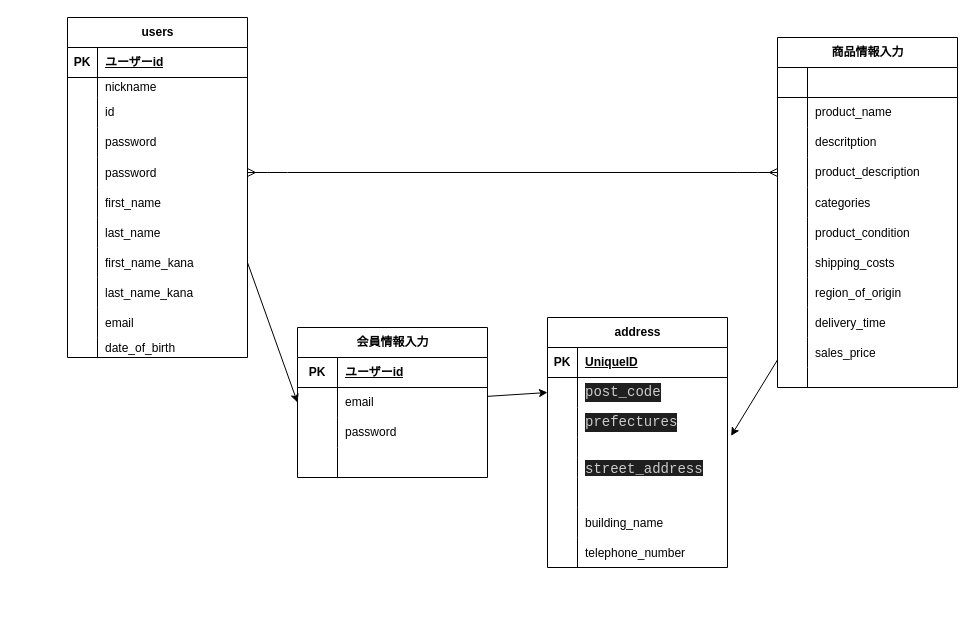
The draw.io diagram ERB.dio in kueitosu401/furima-41964, before the edit. Source tidied: cells renumbered, new cells numbered last; positions are measured from the earlier drawing's top-left corner, leaving out a move shared by most shapes. Both pictures are drawn from the tidied source at 100%, with x=0, y=0 at pixel (17, 17).
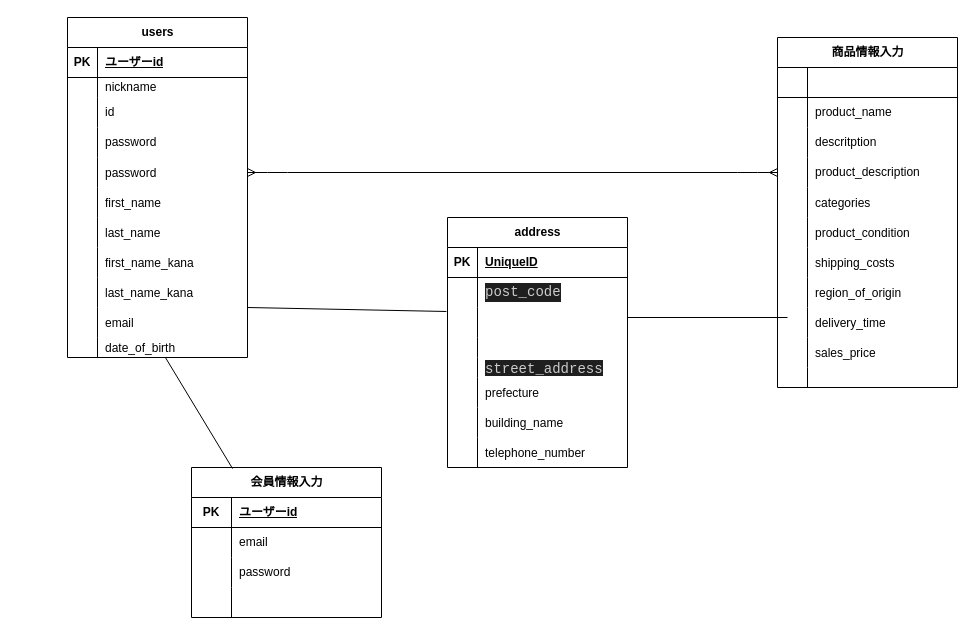
Above is the later version.

Unchanged cells that the change refers to:
```xml
<mxCell id="28" style="shape=tableRow;horizontal=0;startSize=0;swimlaneHead=0;swimlaneBody=0;fillColor=none;points=[[0,0.5],[1,0.5]];portConstraint=eastwest;top=0;left=0;right=0;bottom=0;" parent="6" vertex="1">
  <mxGeometry y="230" width="180" height="30" as="geometry" />
</mxCell>
<mxCell id="34" style="shape=tableRow;horizontal=0;startSize=0;swimlaneHead=0;swimlaneBody=0;fillColor=none;points=[[0,0.5],[1,0.5]];portConstraint=eastwest;top=0;left=0;right=0;bottom=0;" parent="6" vertex="1">
  <mxGeometry y="290" width="180" height="30" as="geometry" />
</mxCell>
<mxCell id="37" style="shape=tableRow;horizontal=0;startSize=0;swimlaneHead=0;swimlaneBody=0;fillColor=none;points=[[0,0.5],[1,0.5]];portConstraint=eastwest;top=0;left=0;right=0;bottom=0;" parent="6" vertex="1">
  <mxGeometry y="320" width="180" height="20" as="geometry" />
</mxCell>
<mxCell id="45" style="shape=tableRow;horizontal=0;startSize=0;swimlaneHead=0;swimlaneBody=0;fillColor=none;points=[[0,0.5],[1,0.5]];portConstraint=eastwest;top=0;left=0;right=0;bottom=0;" parent="41" vertex="1">
  <mxGeometry y="60" width="190" height="30" as="geometry" />
</mxCell>
<mxCell id="54" value="商品情報入力" style="shape=table;startSize=30;childLayout=tableLayout;rowLines=0;fontStyle=1;align=center;html=1;" parent="1" vertex="1">
  <mxGeometry x="760" y="20" width="180" height="350" as="geometry" />
</mxCell>
<mxCell id="92" style="shape=tableRow;horizontal=0;startSize=0;swimlaneHead=0;swimlaneBody=0;fillColor=none;points=[[0,0.5],[1,0.5]];portConstraint=eastwest;top=0;left=0;right=0;bottom=0;" parent="88" vertex="1">
  <mxGeometry y="60" width="180" height="30" as="geometry" />
</mxCell>
<mxCell id="95" style="shape=tableRow;horizontal=0;startSize=0;swimlaneHead=0;swimlaneBody=0;fillColor=none;points=[[0,0.5],[1,0.5]];portConstraint=eastwest;top=0;left=0;right=0;bottom=0;" parent="88" vertex="1">
  <mxGeometry y="90" width="180" height="30" as="geometry" />
</mxCell>
<mxCell id="98" style="shape=tableRow;horizontal=0;startSize=0;swimlaneHead=0;swimlaneBody=0;fillColor=none;points=[[0,0.5],[1,0.5]];portConstraint=eastwest;top=0;left=0;right=0;bottom=0;" parent="88" vertex="1">
  <mxGeometry y="120" width="180" height="20" as="geometry" />
</mxCell>
<mxCell id="104" style="shape=tableRow;horizontal=0;startSize=0;swimlaneHead=0;swimlaneBody=0;fillColor=none;top=0;left=0;right=0;bottom=0;" parent="88" vertex="1">
  <mxGeometry y="160" width="180" height="30" as="geometry" />
</mxCell>
```

The edit, as a diff of the source:
```diff
@@
-    <mxCell id="40" style="edgeStyle=none;html=1;entryX=0;entryY=0.5;entryDx=0;entryDy=0;" parent="1" edge="1" source="41" target="92">
-      <mxGeometry relative="1" as="geometry" />
-    </mxCell>
     <mxCell id="41" value="会員情報入力" style="shape=table;startSize=30;childLayout=tableLayout;rowLines=0;fontStyle=1;align=center;html=1;" parent="1" vertex="1">
-      <mxGeometry x="280" y="310" width="190" height="150" as="geometry" />
+      <mxGeometry x="174" y="450" width="190" height="150" as="geometry" />
     </mxCell>
@@
     <mxCell id="88" value="address" style="shape=table;startSize=30;childLayout=tableLayout;rowLines=0;fontStyle=1;align=center;html=1;" parent="1" vertex="1">
-      <mxGeometry x="530" y="300" width="180" height="250" as="geometry" />
+      <mxGeometry x="430" y="200" width="180" height="250" as="geometry" />
     </mxCell>
@@
-    <mxCell id="97" value="&lt;div style=&quot;color: rgb(204, 204, 204); background-color: rgb(31, 31, 31); font-family: Consolas, &amp;quot;Courier New&amp;quot;, monospace; font-size: 14px; line-height: 19px; white-space: pre;&quot;&gt;&lt;span style=&quot;color: #cccccc;&quot;&gt;prefectures&lt;/span&gt;&lt;/div&gt;" style="shape=partialRectangle;fillColor=none;top=0;left=0;bottom=0;right=0;align=left;spacingLeft=6;overflow=hidden;whiteSpace=wrap;html=1;" parent="95" vertex="1">
+    <mxCell id="97" style="shape=partialRectangle;fillColor=none;top=0;left=0;bottom=0;right=0;align=left;spacingLeft=6;overflow=hidden;whiteSpace=wrap;html=1;" parent="95" vertex="1">
       <mxGeometry x="30" width="150" height="30" as="geometry" />
     </mxCell>
@@
-    <mxCell id="106" style="shape=partialRectangle;fillColor=none;top=0;left=0;bottom=0;right=0;align=left;spacingLeft=6;overflow=hidden;" parent="104" vertex="1">
+    <mxCell id="106" value="prefecture" style="shape=partialRectangle;fillColor=none;top=0;left=0;bottom=0;right=0;align=left;spacingLeft=6;overflow=hidden;" parent="104" vertex="1">
       <mxGeometry x="30" width="150" height="30" as="geometry" />
     </mxCell>
@@
-    <mxCell id="114" style="edgeStyle=none;html=1;exitX=1;exitY=0.5;exitDx=0;exitDy=0;entryX=0;entryY=0.5;entryDx=0;entryDy=0;" parent="1" edge="1" source="28" target="45">
-      <mxGeometry relative="1" as="geometry" />
-    </mxCell>
-    <mxCell id="115" style="edgeStyle=none;html=1;entryX=1.02;entryY=-0.083;entryDx=0;entryDy=0;entryPerimeter=0;" parent="1" edge="1" source="54" target="98">
-      <mxGeometry relative="1" as="geometry" />
-    </mxCell>
+    <mxCell id="116" style="endArrow=none;html=1;rounded=0;exitX=0.544;exitY=1;exitDx=0;exitDy=0;exitPerimeter=0;entryX=0.216;entryY=0.007;entryDx=0;entryDy=0;entryPerimeter=0;" parent="1" edge="1" source="37" target="41">
+      <mxGeometry relative="1" as="geometry" />
+    </mxCell>
+    <mxCell id="117" style="endArrow=none;html=1;rounded=0;" parent="1" edge="1">
+      <mxGeometry relative="1" as="geometry">
+        <mxPoint x="610" y="300" as="sourcePoint" />
+        <mxPoint x="770" y="300" as="targetPoint" />
+      </mxGeometry>
+    </mxCell>
+    <mxCell id="118" style="endArrow=none;html=1;rounded=0;exitX=1;exitY=0;exitDx=0;exitDy=0;exitPerimeter=0;entryX=-0.006;entryY=0.133;entryDx=0;entryDy=0;entryPerimeter=0;" parent="1" edge="1" source="34" target="95">
+      <mxGeometry relative="1" as="geometry" />
+    </mxCell>
```
